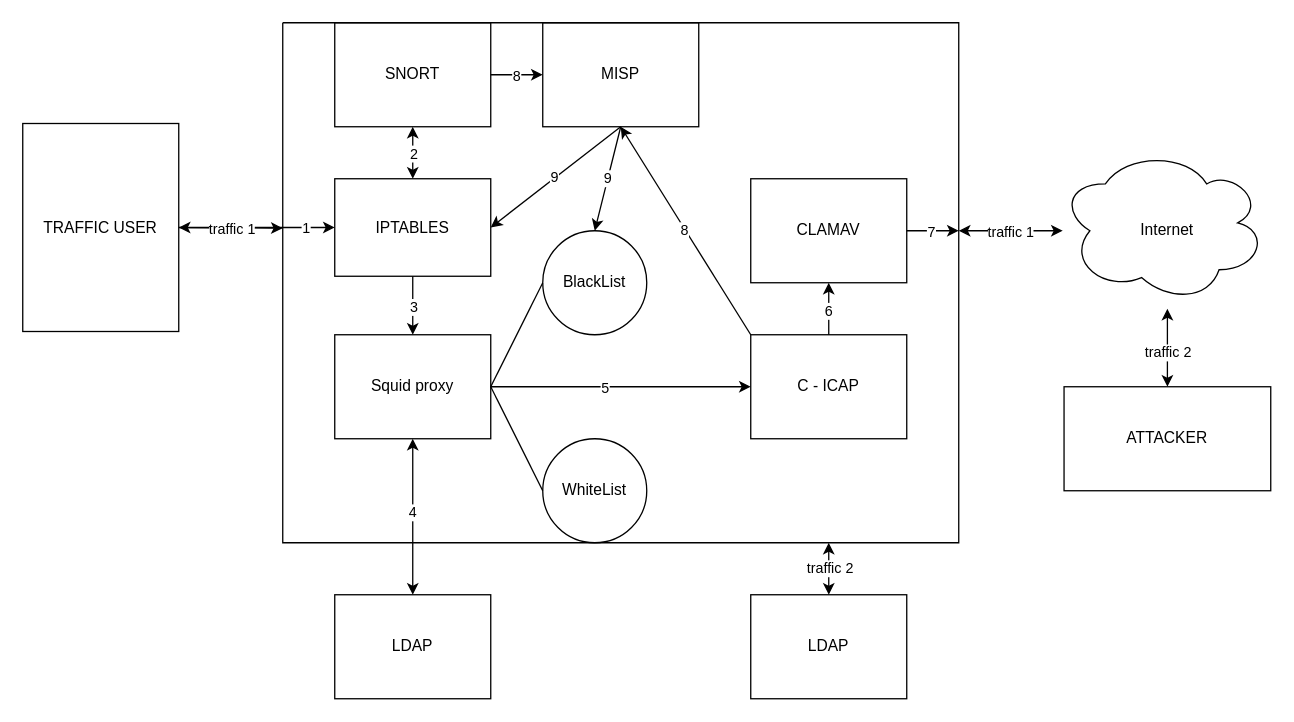
Before: page "Application/Data Architecture" (2 of 4) of ATMNC.drawio in PHU0363569836/Doan-ATMNC, a draw.io diagram. Source tidied: cells renumbered, new cells numbered last; positions are measured from the earlier drawing's top-left corner, leaving out a move shared by most shapes. Both pictures are drawn from the tidied source at 130%, with x=0, y=0 at pixel (22, 22).
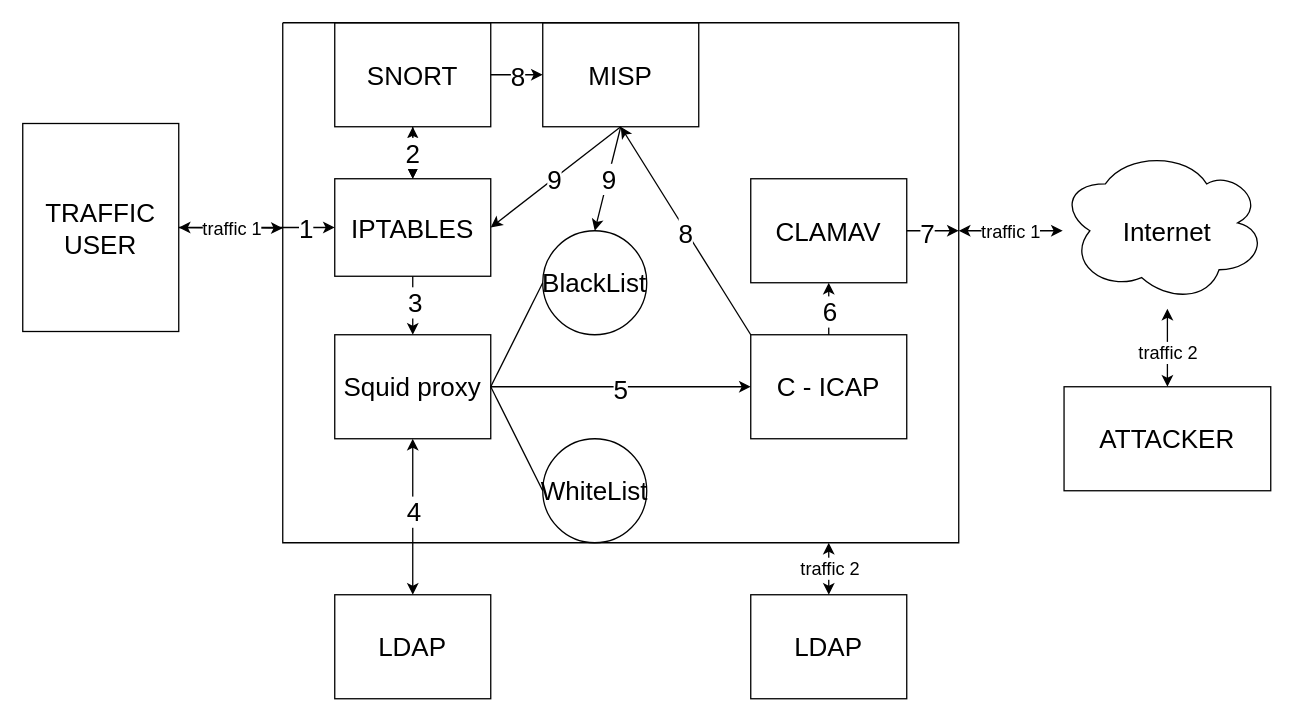
Above is the later version.

The change refers to these unchanged cells:
```xml
<mxCell id="10" style="endArrow=classic;startArrow=classic;html=1;rounded=0;exitX=0.5;exitY=1;exitDx=0;exitDy=0;entryX=0.5;entryY=0;entryDx=0;entryDy=0;" parent="1" edge="1" source="3" target="4">
  <mxGeometry relative="1" as="geometry" />
</mxCell>
<mxCell id="16" style="endArrow=classic;html=1;rounded=0;exitX=1;exitY=0.5;exitDx=0;exitDy=0;entryX=0;entryY=0.5;entryDx=0;entryDy=0;" parent="1" edge="1" source="3" target="15">
  <mxGeometry relative="1" as="geometry" />
</mxCell>
<mxCell id="19" style="endArrow=classic;html=1;rounded=0;exitX=0.5;exitY=0;exitDx=0;exitDy=0;" parent="1" edge="1" source="15" target="18">
  <mxGeometry relative="1" as="geometry" />
</mxCell>
<mxCell id="22" style="endArrow=classic;startArrow=classic;html=1;rounded=0;" parent="1" edge="1">
  <mxGeometry relative="1" as="geometry">
    <mxPoint x="720" y="160" as="sourcePoint" />
    <mxPoint x="800" y="160" as="targetPoint" />
  </mxGeometry>
</mxCell>
<mxCell id="24" style="endArrow=classic;html=1;rounded=0;exitX=1;exitY=0.5;exitDx=0;exitDy=0;entryX=0;entryY=0.5;entryDx=0;entryDy=0;" parent="1" edge="1" source="14" target="21">
  <mxGeometry relative="1" as="geometry" />
</mxCell>
<mxCell id="26" style="endArrow=classic;html=1;rounded=0;exitX=0;exitY=0;exitDx=0;exitDy=0;" parent="1" edge="1" source="15">
  <mxGeometry relative="1" as="geometry">
    <mxPoint x="460" y="80" as="targetPoint" />
  </mxGeometry>
</mxCell>
<mxCell id="30" style="endArrow=classic;startArrow=classic;html=1;rounded=0;entryX=0.5;entryY=0;entryDx=0;entryDy=0;" parent="1" edge="1" source="5" target="29">
  <mxGeometry relative="1" as="geometry" />
</mxCell>
<mxCell id="32" style="endArrow=classic;html=1;rounded=0;entryX=0.5;entryY=0;entryDx=0;entryDy=0;exitX=0.5;exitY=1;exitDx=0;exitDy=0;" parent="1" edge="1" source="13" target="3">
  <mxGeometry relative="1" as="geometry" />
</mxCell>
<mxCell id="34" style="endArrow=classic;html=1;rounded=0;entryX=1;entryY=0.5;entryDx=0;entryDy=0;exitX=0.5;exitY=1;exitDx=0;exitDy=0;" parent="1" edge="1" source="21" target="13">
  <mxGeometry relative="1" as="geometry" />
</mxCell>
<mxCell id="36" style="endArrow=classic;html=1;rounded=0;exitX=1;exitY=0.5;exitDx=0;exitDy=0;entryX=0;entryY=0.5;entryDx=0;entryDy=0;" parent="1" edge="1" source="2" target="13">
  <mxGeometry relative="1" as="geometry" />
</mxCell>
<mxCell id="39" style="endArrow=classic;html=1;rounded=0;exitX=1;exitY=0.5;exitDx=0;exitDy=0;" parent="1" edge="1" source="18">
  <mxGeometry relative="1" as="geometry">
    <mxPoint x="720" y="160" as="targetPoint" />
  </mxGeometry>
</mxCell>
<mxCell id="41" style="endArrow=classic;startArrow=classic;html=1;rounded=0;" parent="1" edge="1">
  <mxGeometry relative="1" as="geometry">
    <mxPoint x="300" y="120" as="sourcePoint" />
    <mxPoint x="300" y="80" as="targetPoint" />
  </mxGeometry>
</mxCell>
<mxCell id="43" style="endArrow=classic;html=1;rounded=0;entryX=0.5;entryY=0;entryDx=0;entryDy=0;" parent="1" edge="1" target="7">
  <mxGeometry relative="1" as="geometry">
    <mxPoint x="460" y="80" as="sourcePoint" />
  </mxGeometry>
</mxCell>
<mxCell id="46" style="endArrow=classic;startArrow=classic;html=1;rounded=0;exitX=0.5;exitY=0;exitDx=0;exitDy=0;" parent="1" edge="1" source="45">
  <mxGeometry relative="1" as="geometry">
    <mxPoint x="620" y="400" as="targetPoint" />
  </mxGeometry>
</mxCell>
```

The edit, as a diff of the source:
```diff
@@
-    <mxCell id="2" value="TRAFFIC USER" style="rounded=0;whiteSpace=wrap;html=1;" parent="1" vertex="1">
+    <mxCell id="2" value="&lt;font style=&quot;font-size: 20px;&quot;&gt;TRAFFIC USER&lt;/font&gt;" style="rounded=0;whiteSpace=wrap;html=1;" parent="1" vertex="1">
       <mxGeometry y="77.5" width="120" height="160" as="geometry" />
     </mxCell>
-    <mxCell id="3" value="Squid proxy" style="rounded=0;whiteSpace=wrap;html=1;" parent="1" vertex="1">
+    <mxCell id="3" value="&lt;font style=&quot;font-size: 20px;&quot;&gt;Squid proxy&lt;/font&gt;" style="rounded=0;whiteSpace=wrap;html=1;" parent="1" vertex="1">
       <mxGeometry x="240" y="240" width="120" height="80" as="geometry" />
     </mxCell>
-    <mxCell id="4" value="LDAP" style="rounded=0;whiteSpace=wrap;html=1;" parent="1" vertex="1">
+    <mxCell id="4" value="&lt;font style=&quot;font-size: 20px;&quot;&gt;LDAP&lt;/font&gt;" style="rounded=0;whiteSpace=wrap;html=1;" parent="1" vertex="1">
       <mxGeometry x="240" y="440" width="120" height="80" as="geometry" />
     </mxCell>
-    <mxCell id="5" value="Internet" style="ellipse;shape=cloud;whiteSpace=wrap;html=1;direction=west;" parent="1" vertex="1">
+    <mxCell id="5" value="&lt;font style=&quot;font-size: 20px;&quot;&gt;Internet&lt;/font&gt;" style="ellipse;shape=cloud;whiteSpace=wrap;html=1;direction=west;" parent="1" vertex="1">
       <mxGeometry x="801" y="100" width="159" height="120" as="geometry" />
     </mxCell>
-    <mxCell id="6" value="WhiteList" style="ellipse;whiteSpace=wrap;html=1;" parent="1" vertex="1">
+    <mxCell id="6" value="&lt;font style=&quot;font-size: 20px;&quot;&gt;WhiteList&lt;/font&gt;" style="ellipse;whiteSpace=wrap;html=1;" parent="1" vertex="1">
       <mxGeometry x="400" y="320" width="80" height="80" as="geometry" />
     </mxCell>
-    <mxCell id="7" value="BlackList" style="ellipse;whiteSpace=wrap;html=1;" parent="1" vertex="1">
+    <mxCell id="7" value="&lt;font style=&quot;font-size: 20px;&quot;&gt;BlackList&lt;/font&gt;" style="ellipse;whiteSpace=wrap;html=1;" parent="1" vertex="1">
       <mxGeometry x="400" y="160" width="80" height="80" as="geometry" />
     </mxCell>
@@
-    <mxCell id="11" value="4" style="edgeLabel;html=1;align=center;verticalAlign=middle;" parent="10" vertex="1">
-      <mxGeometry x="-0.05" y="-1" relative="1" as="geometry">
-        <mxPoint y="-1" as="offset" />
-      </mxGeometry>
+    <mxCell id="11" value="&lt;font style=&quot;font-size: 20px;&quot;&gt;4&lt;/font&gt;" style="edgeLabel;html=1;align=center;verticalAlign=middle;strokeColor=default;fontFamily=Helvetica;fontSize=12;fontColor=default;fillColor=default;" parent="10" vertex="1">
+      <mxGeometry x="-0.08" relative="1" as="geometry" />
     </mxCell>
@@
-    <mxCell id="13" value="IPTABLES" style="rounded=0;whiteSpace=wrap;html=1;" parent="1" vertex="1">
+    <mxCell id="13" value="&lt;font style=&quot;font-size: 20px;&quot;&gt;IPTABLES&lt;/font&gt;" style="rounded=0;whiteSpace=wrap;html=1;" parent="1" vertex="1">
       <mxGeometry x="240" y="120" width="120" height="75" as="geometry" />
     </mxCell>
+    <mxCell id="48" style="edgeStyle=orthogonalEdgeStyle;rounded=0;jettySize=auto;html=1;fontFamily=Helvetica;fontSize=12;fontColor=default;" parent="1" edge="1" source="14" target="13">
+      <mxGeometry relative="1" as="geometry" />
+    </mxCell>
-    <mxCell id="14" value="SNORT" style="rounded=0;whiteSpace=wrap;html=1;" parent="1" vertex="1">
+    <mxCell id="14" value="&lt;font style=&quot;font-size: 20px;&quot;&gt;SNORT&lt;/font&gt;" style="rounded=0;whiteSpace=wrap;html=1;" parent="1" vertex="1">
       <mxGeometry x="240" width="120" height="80" as="geometry" />
     </mxCell>
-    <mxCell id="15" value="C - ICAP" style="rounded=0;whiteSpace=wrap;html=1;" parent="1" vertex="1">
+    <mxCell id="15" value="&lt;font style=&quot;font-size: 20px;&quot;&gt;C - ICAP&lt;/font&gt;" style="rounded=0;whiteSpace=wrap;html=1;" parent="1" vertex="1">
       <mxGeometry x="560" y="240" width="120" height="80" as="geometry" />
     </mxCell>
@@
-    <mxCell id="17" value="5" style="edgeLabel;html=1;align=center;verticalAlign=middle;" parent="16" vertex="1">
-      <mxGeometry x="-0.13" relative="1" as="geometry" />
+    <mxCell id="17" value="&lt;font style=&quot;font-size: 20px;&quot;&gt;5&lt;/font&gt;" style="edgeLabel;html=1;align=center;verticalAlign=middle;strokeColor=default;fontFamily=Helvetica;fontSize=12;fontColor=default;fillColor=default;" parent="16" vertex="1">
+      <mxGeometry x="-0.01" y="-1" relative="1" as="geometry" />
     </mxCell>
-    <mxCell id="18" value="CLAMAV" style="rounded=0;whiteSpace=wrap;html=1;" parent="1" vertex="1">
+    <mxCell id="18" value="&lt;font style=&quot;font-size: 20px;&quot;&gt;CLAMAV&lt;/font&gt;" style="rounded=0;whiteSpace=wrap;html=1;" parent="1" vertex="1">
       <mxGeometry x="560" y="120" width="120" height="80" as="geometry" />
     </mxCell>
@@
-    <mxCell id="20" value="6" style="edgeLabel;html=1;align=center;verticalAlign=middle;" parent="19" vertex="1">
-      <mxGeometry x="-0.06" y="1" relative="1" as="geometry" />
+    <mxCell id="20" value="&lt;font style=&quot;font-size: 20px;&quot;&gt;6&lt;/font&gt;" style="edgeLabel;html=1;align=center;verticalAlign=middle;strokeColor=default;fontFamily=Helvetica;fontSize=12;fontColor=default;fillColor=default;" parent="19" vertex="1">
+      <mxGeometry x="-0.06" relative="1" as="geometry" />
     </mxCell>
-    <mxCell id="21" value="MISP" style="rounded=0;whiteSpace=wrap;html=1;" parent="1" vertex="1">
+    <mxCell id="21" value="&lt;font style=&quot;font-size: 20px;&quot;&gt;MISP&lt;/font&gt;" style="rounded=0;whiteSpace=wrap;html=1;" parent="1" vertex="1">
       <mxGeometry x="400" width="120" height="80" as="geometry" />
     </mxCell>
@@
-    <mxCell id="23" value="traffic 1" style="edgeLabel;html=1;align=center;verticalAlign=middle;" parent="22" vertex="1">
+    <mxCell id="23" value="&lt;font style=&quot;font-size: 14px;&quot;&gt;traffic 1&lt;/font&gt;" style="edgeLabel;html=1;align=center;verticalAlign=middle;" parent="22" vertex="1">
       <mxGeometry x="-0.03" relative="1" as="geometry" />
     </mxCell>
+    <mxCell id="49" style="edgeLabel;html=1;align=center;verticalAlign=middle;strokeColor=default;fontFamily=Helvetica;fontSize=12;fontColor=default;fillColor=default;" parent="22" vertex="1">
+      <mxGeometry x="-0.17" y="-3" relative="1" as="geometry" />
+    </mxCell>
+    <mxCell id="50" style="edgeLabel;html=1;align=center;verticalAlign=middle;strokeColor=default;fontFamily=Helvetica;fontSize=12;fontColor=default;fillColor=default;" parent="22" vertex="1">
+      <mxGeometry x="0.08" relative="1" as="geometry" />
+    </mxCell>
@@
-    <mxCell id="25" value="8" style="edgeLabel;html=1;align=center;verticalAlign=middle;" parent="24" vertex="1">
-      <mxGeometry x="-0.06" relative="1" as="geometry" />
-    </mxCell>
+    <mxCell id="51" value="&lt;font style=&quot;font-size: 20px;&quot;&gt;8&lt;/font&gt;" style="edgeLabel;html=1;align=center;verticalAlign=middle;strokeColor=default;fontFamily=Helvetica;fontSize=12;fontColor=default;fillColor=default;" parent="24" vertex="1">
+      <mxGeometry x="0.01" relative="1" as="geometry" />
+    </mxCell>
@@
-    <mxCell id="27" value="8" style="edgeLabel;html=1;align=center;verticalAlign=middle;" parent="26" vertex="1">
-      <mxGeometry x="0.02" y="1" relative="1" as="geometry" />
-    </mxCell>
+    <mxCell id="52" value="&lt;font style=&quot;font-size: 20px;&quot;&gt;8&lt;/font&gt;" style="edgeLabel;html=1;align=center;verticalAlign=middle;strokeColor=default;fontFamily=Helvetica;fontSize=12;fontColor=default;fillColor=default;" parent="26" vertex="1">
+      <mxGeometry x="-0.01" y="1" relative="1" as="geometry" />
+    </mxCell>
@@
-    <mxCell id="29" value="ATTACKER" style="rounded=0;whiteSpace=wrap;html=1;" parent="1" vertex="1">
+    <mxCell id="29" value="&lt;font style=&quot;font-size: 20px;&quot;&gt;ATTACKER&lt;/font&gt;" style="rounded=0;whiteSpace=wrap;html=1;" parent="1" vertex="1">
       <mxGeometry x="801" y="280" width="159" height="80" as="geometry" />
     </mxCell>
@@
-    <mxCell id="31" value="traffic 2" style="edgeLabel;html=1;align=center;verticalAlign=middle;" parent="30" vertex="1">
+    <mxCell id="31" value="&lt;font style=&quot;font-size: 14px;&quot;&gt;traffic 2&lt;/font&gt;" style="edgeLabel;html=1;align=center;verticalAlign=middle;" parent="30" vertex="1">
       <mxGeometry x="0.1" relative="1" as="geometry" />
     </mxCell>
@@
-    <mxCell id="33" value="3" style="edgeLabel;html=1;align=center;verticalAlign=middle;" parent="32" vertex="1">
-      <mxGeometry relative="1" as="geometry" />
+    <mxCell id="33" value="&lt;font style=&quot;font-size: 20px;&quot;&gt;3&lt;/font&gt;" style="edgeLabel;html=1;align=center;verticalAlign=middle;strokeColor=default;fontFamily=Helvetica;fontSize=12;fontColor=default;fillColor=default;" parent="32" vertex="1">
+      <mxGeometry x="-0.14" y="1" relative="1" as="geometry" />
     </mxCell>
@@
-    <mxCell id="35" value="9" style="edgeLabel;html=1;align=center;verticalAlign=middle;" parent="34" vertex="1">
-      <mxGeometry x="0.01" y="-1" relative="1" as="geometry" />
-    </mxCell>
+    <mxCell id="53" value="&lt;font style=&quot;font-size: 20px;&quot;&gt;9&lt;/font&gt;" style="edgeLabel;html=1;align=center;verticalAlign=middle;strokeColor=default;fontFamily=Helvetica;fontSize=12;fontColor=default;fillColor=default;" parent="34" vertex="1">
+      <mxGeometry x="0.03" y="-1" relative="1" as="geometry" />
+    </mxCell>
@@
-    <mxCell id="37" value="traffic 1" style="edgeLabel;html=1;align=center;verticalAlign=middle;" parent="36" vertex="1">
+    <mxCell id="37" value="&lt;font style=&quot;font-size: 14px;&quot;&gt;traffic 1&lt;/font&gt;" style="edgeLabel;html=1;align=center;verticalAlign=middle;" parent="36" vertex="1">
       <mxGeometry x="-0.34" y="-1" relative="1" as="geometry" />
     </mxCell>
-    <mxCell id="38" value="1" style="edgeLabel;html=1;align=center;verticalAlign=middle;" parent="36" vertex="1">
+    <mxCell id="38" value="&lt;font style=&quot;font-size: 20px;&quot;&gt;1&lt;/font&gt;" style="edgeLabel;html=1;align=center;verticalAlign=middle;" parent="36" vertex="1">
       <mxGeometry x="0.61" relative="1" as="geometry" />
     </mxCell>
@@
-    <mxCell id="40" value="7" style="edgeLabel;html=1;align=center;verticalAlign=middle;" parent="39" vertex="1">
-      <mxGeometry x="-0.09" relative="1" as="geometry" />
+    <mxCell id="40" value="&lt;font style=&quot;font-size: 20px;&quot;&gt;7&lt;/font&gt;" style="edgeLabel;html=1;align=center;verticalAlign=middle;strokeColor=default;fontFamily=Helvetica;fontSize=12;fontColor=default;fillColor=default;" parent="39" vertex="1">
+      <mxGeometry x="-0.24" y="-1" relative="1" as="geometry" />
     </mxCell>
@@
+    <mxCell id="54" style="edgeLabel;html=1;align=center;verticalAlign=middle;strokeColor=default;fontFamily=Helvetica;fontSize=12;fontColor=default;fillColor=default;" parent="41" vertex="1">
+      <mxGeometry x="-0.04" relative="1" as="geometry" />
+    </mxCell>
+    <mxCell id="55" style="edgeLabel;html=1;align=center;verticalAlign=middle;strokeColor=default;fontFamily=Helvetica;fontSize=12;fontColor=default;fillColor=default;" parent="41" vertex="1">
+      <mxGeometry x="-0.04" y="-2" relative="1" as="geometry" />
+    </mxCell>
+    <mxCell id="56" style="edgeLabel;html=1;align=center;verticalAlign=middle;strokeColor=default;fontFamily=Helvetica;fontSize=12;fontColor=default;fillColor=default;" parent="41" vertex="1">
+      <mxGeometry x="-0.09" y="-1" relative="1" as="geometry" />
+    </mxCell>
+    <mxCell id="57" style="edgeLabel;html=1;align=center;verticalAlign=middle;strokeColor=default;fontFamily=Helvetica;fontSize=12;fontColor=default;fillColor=default;" parent="41" vertex="1">
+      <mxGeometry x="0.01" y="-3" relative="1" as="geometry" />
+    </mxCell>
-    <mxCell id="42" value="2" style="edgeLabel;html=1;align=center;verticalAlign=middle;" parent="41" vertex="1">
-      <mxGeometry relative="1" as="geometry" />
+    <mxCell id="42" value="&lt;font style=&quot;font-size: 20px;&quot;&gt;2&lt;/font&gt;" style="edgeLabel;html=1;align=center;verticalAlign=middle;strokeColor=default;fontFamily=Helvetica;fontSize=12;fontColor=default;fillColor=default;" parent="41" vertex="1">
+      <mxGeometry x="0.06" y="1" relative="1" as="geometry" />
     </mxCell>
@@
-    <mxCell id="44" value="9" style="edgeLabel;html=1;align=center;verticalAlign=middle;" parent="43" vertex="1">
-      <mxGeometry y="-1" relative="1" as="geometry" />
-    </mxCell>
+    <mxCell id="58" value="&lt;font style=&quot;font-size: 20px;&quot;&gt;9&lt;/font&gt;" style="edgeLabel;html=1;align=center;verticalAlign=middle;strokeColor=default;fontFamily=Helvetica;fontSize=12;fontColor=default;fillColor=default;" parent="43" vertex="1">
+      <mxGeometry x="-0.01" relative="1" as="geometry" />
+    </mxCell>
-    <mxCell id="45" value="LDAP" style="rounded=0;whiteSpace=wrap;html=1;" parent="1" vertex="1">
+    <mxCell id="45" value="&lt;font style=&quot;font-size: 20px;&quot;&gt;LDAP&lt;/font&gt;" style="rounded=0;whiteSpace=wrap;html=1;" parent="1" vertex="1">
       <mxGeometry x="560" y="440" width="120" height="80" as="geometry" />
     </mxCell>
@@
-    <mxCell id="47" value="traffic 2" style="edgeLabel;html=1;align=center;verticalAlign=middle;" parent="46" vertex="1">
+    <mxCell id="47" value="&lt;font style=&quot;font-size: 14px;&quot;&gt;traffic 2&lt;/font&gt;" style="edgeLabel;html=1;align=center;verticalAlign=middle;" parent="46" vertex="1">
       <mxGeometry x="0.05" relative="1" as="geometry" />
     </mxCell>
```
